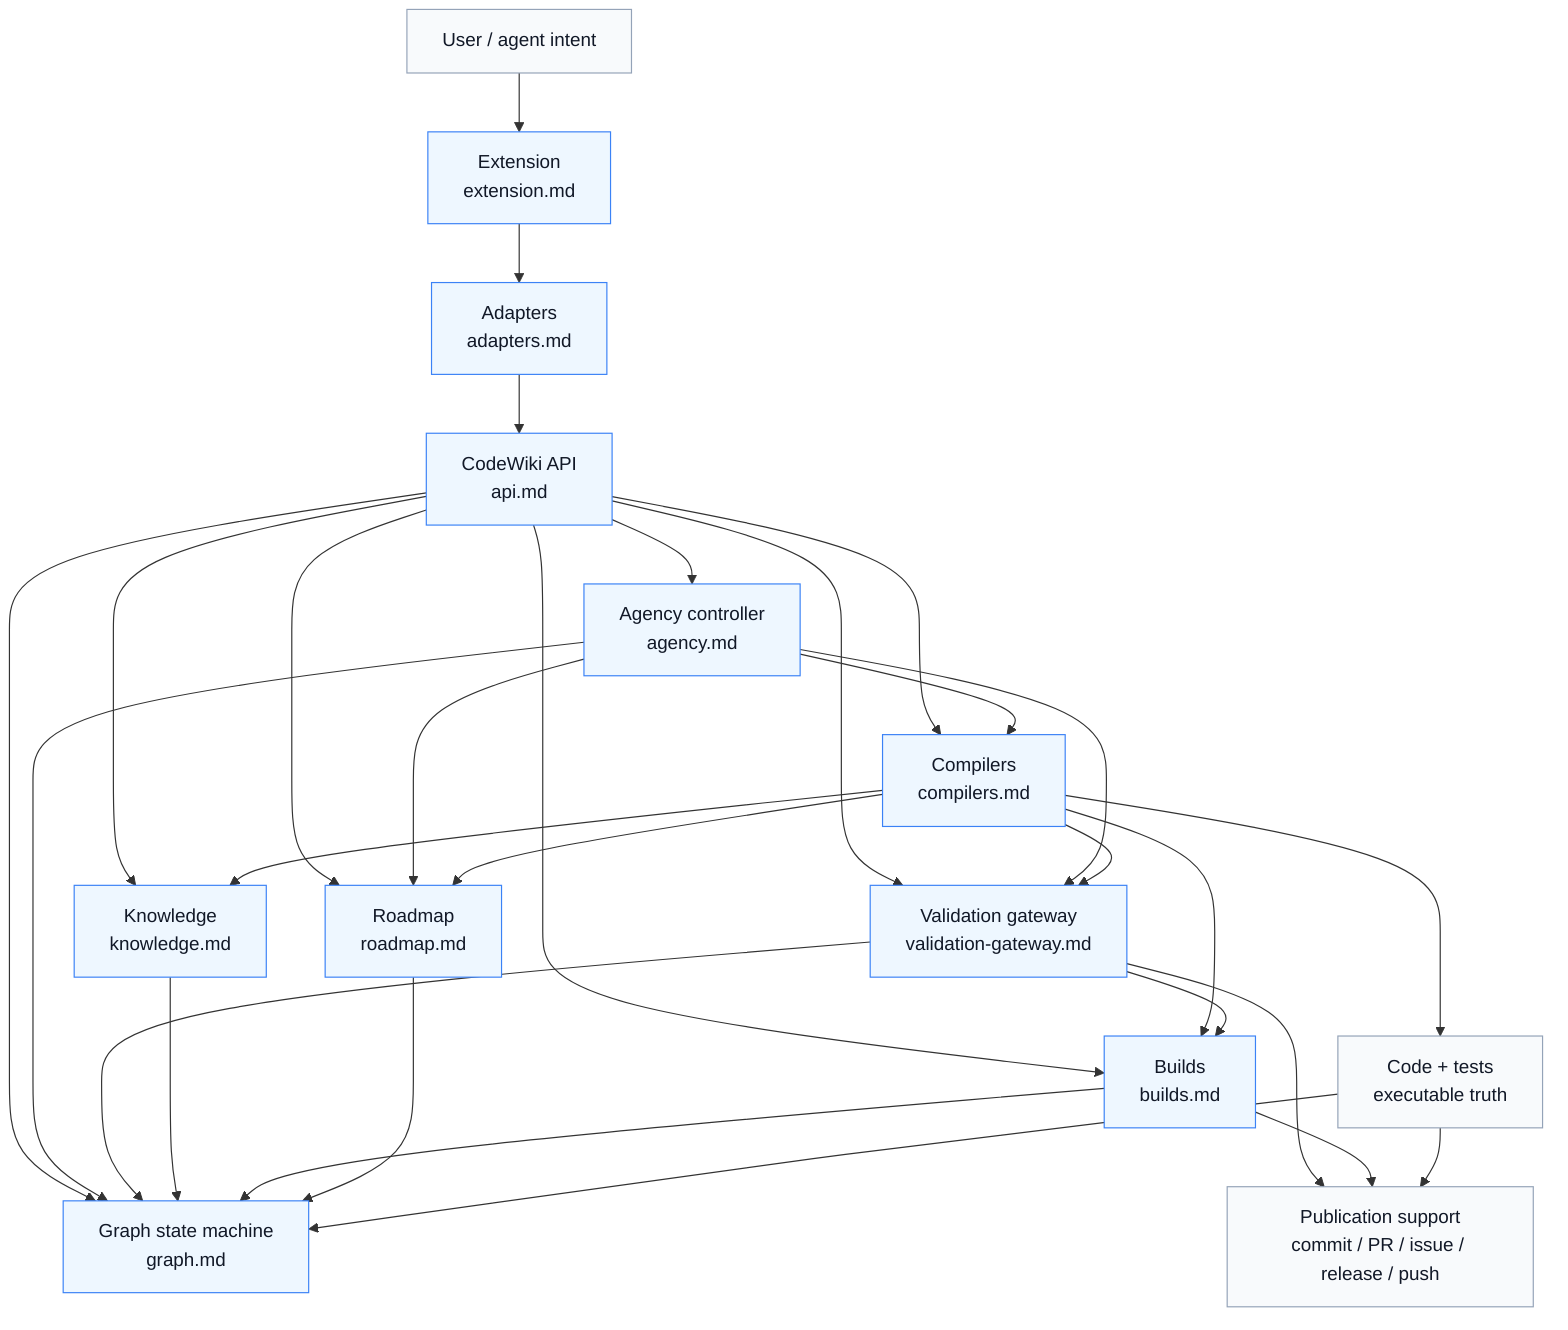
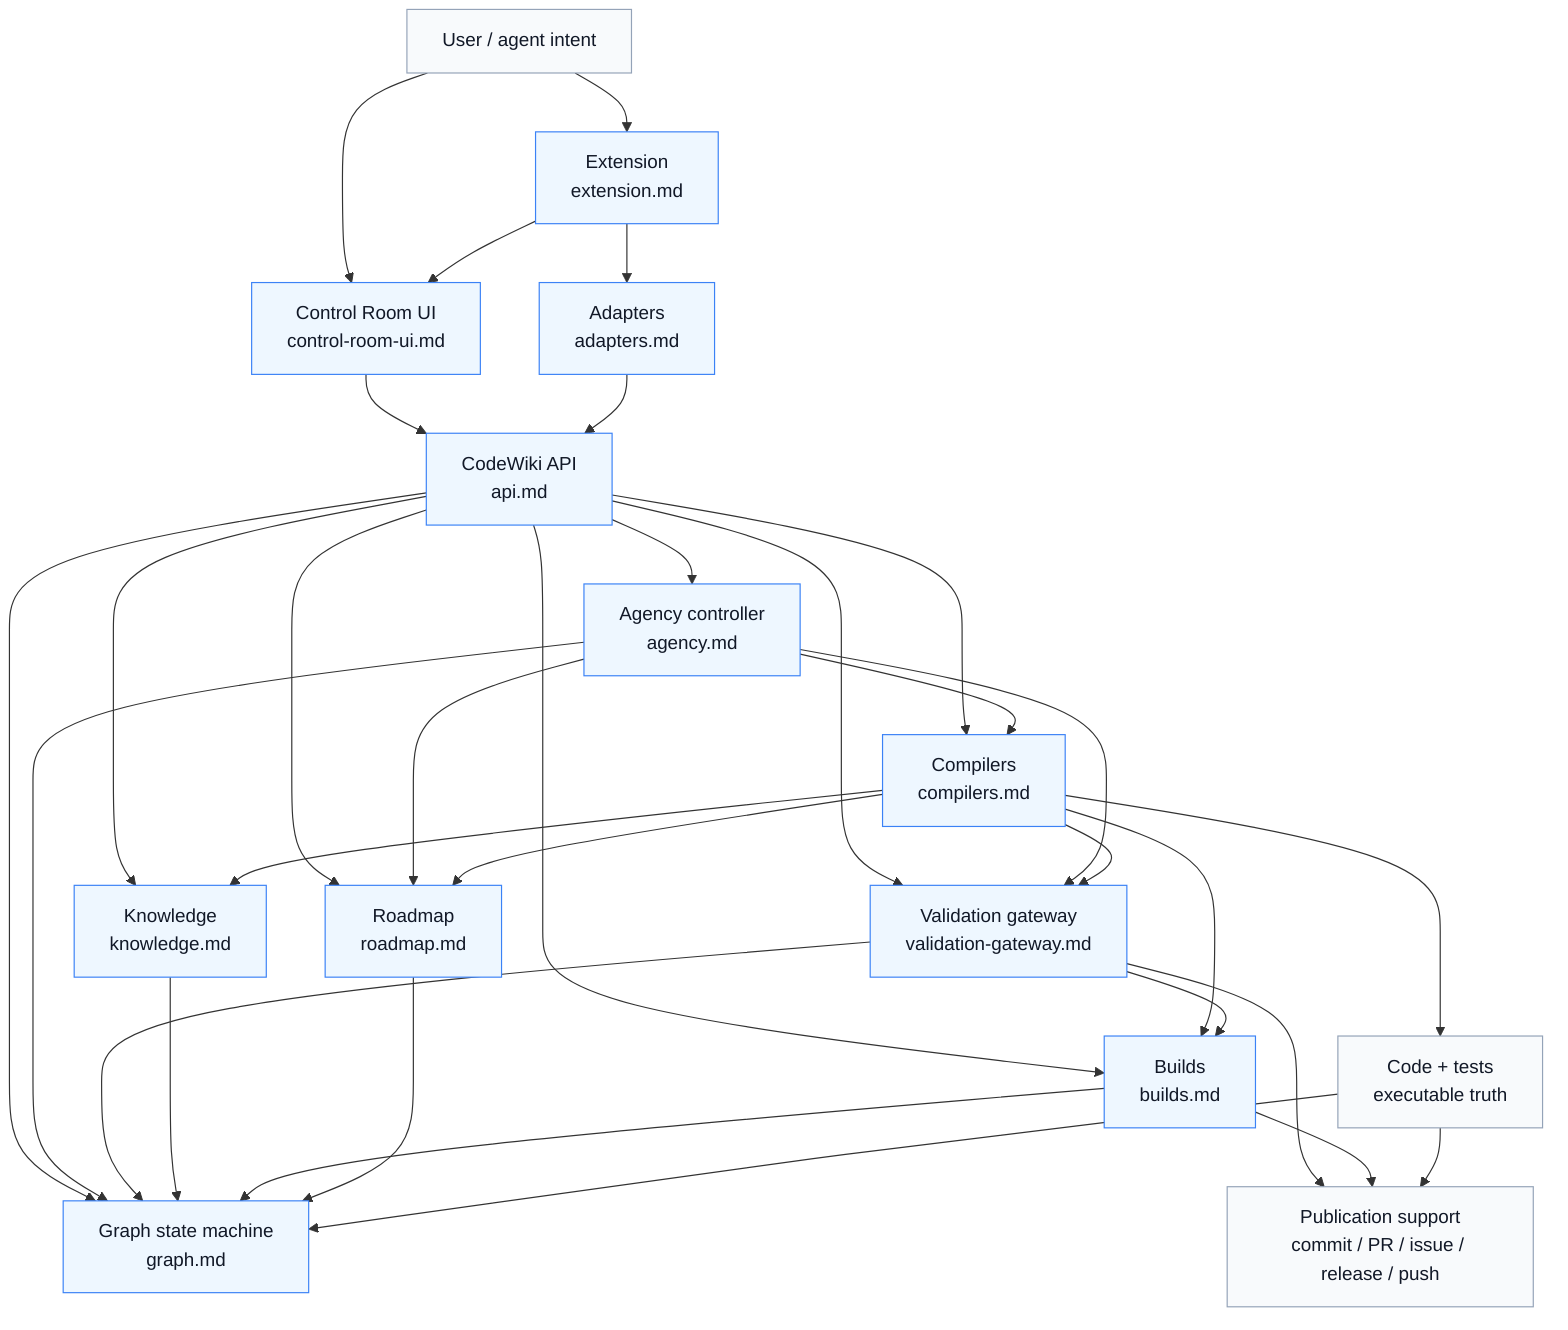
%% CodeWiki system architecture
%% id: spec.system.architecture
%% updated: 2026-05-09

flowchart TD
  User["User / agent intent"]
+   ControlRoom["Control Room UI\ncontrol-room-ui.md"]
  Extension["Extension\nextension.md"]
  Adapters["Adapters\nadapters.md"]
  API["CodeWiki API\napi.md"]
  Agency["Agency controller\nagency.md"]
  Compilers["Compilers\ncompilers.md"]
  Gateway["Validation gateway\nvalidation-gateway.md"]
  Knowledge["Knowledge\nknowledge.md"]
  Builds["Builds\nbuilds.md"]
  Roadmap["Roadmap\nroadmap.md"]
  Graph["Graph state machine\ngraph.md"]
  CodeTests["Code + tests\nexecutable truth"]
  Publication["Publication support\ncommit / PR / issue / release / push"]

+   User --> ControlRoom
  User --> Extension
+   Extension --> ControlRoom
  Extension --> Adapters
+   ControlRoom --> API
  Adapters --> API

  API --> Agency
  API --> Compilers
  API --> Knowledge
  API --> Builds
  API --> Roadmap
  API --> Graph
  API --> Gateway

  Agency --> Graph
  Agency --> Roadmap
  Agency --> Compilers
  Agency --> Gateway

  Compilers --> Builds
  Compilers --> Knowledge
  Compilers --> Roadmap
  Compilers --> CodeTests
  Compilers --> Gateway

  Gateway --> Builds
  Gateway --> Graph
  Gateway --> Publication

  Knowledge --> Graph
  Builds --> Graph
  Roadmap --> Graph
  CodeTests --> Graph

  Builds --> Publication
  CodeTests --> Publication

  classDef component fill:#eef7ff,stroke:#3b82f6,stroke-width:1px,color:#111827;
  classDef artifact fill:#f8fafc,stroke:#94a3b8,stroke-width:1px,color:#111827;
-   class Extension,Adapters,API,Agency,Compilers,Gateway,Knowledge,Builds,Roadmap,Graph component;
+   class ControlRoom,Extension,Adapters,API,Agency,Compilers,Gateway,Knowledge,Builds,Roadmap,Graph component;
  class User,CodeTests,Publication artifact;
